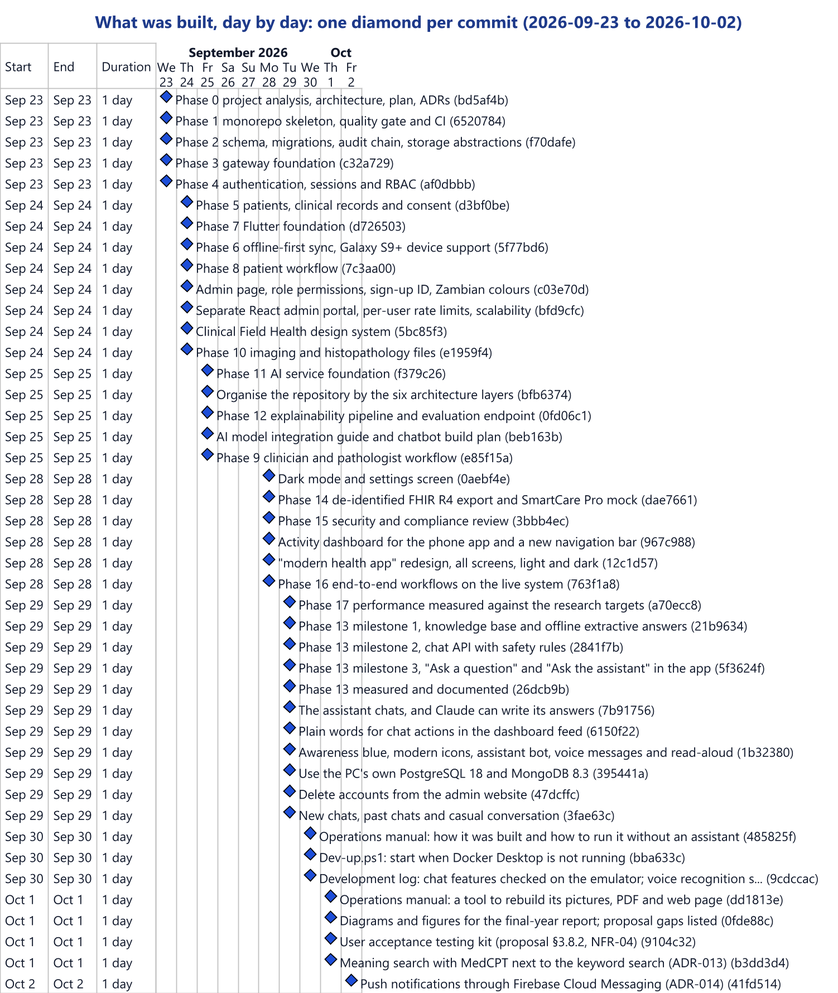
Earlier version of the PlantUML export docs/report/figures/gantt-actual.png (deedeestephen/final-year-project). Its source is kept beside it as docs/report/diagrams/generated/gantt-actual.puml.
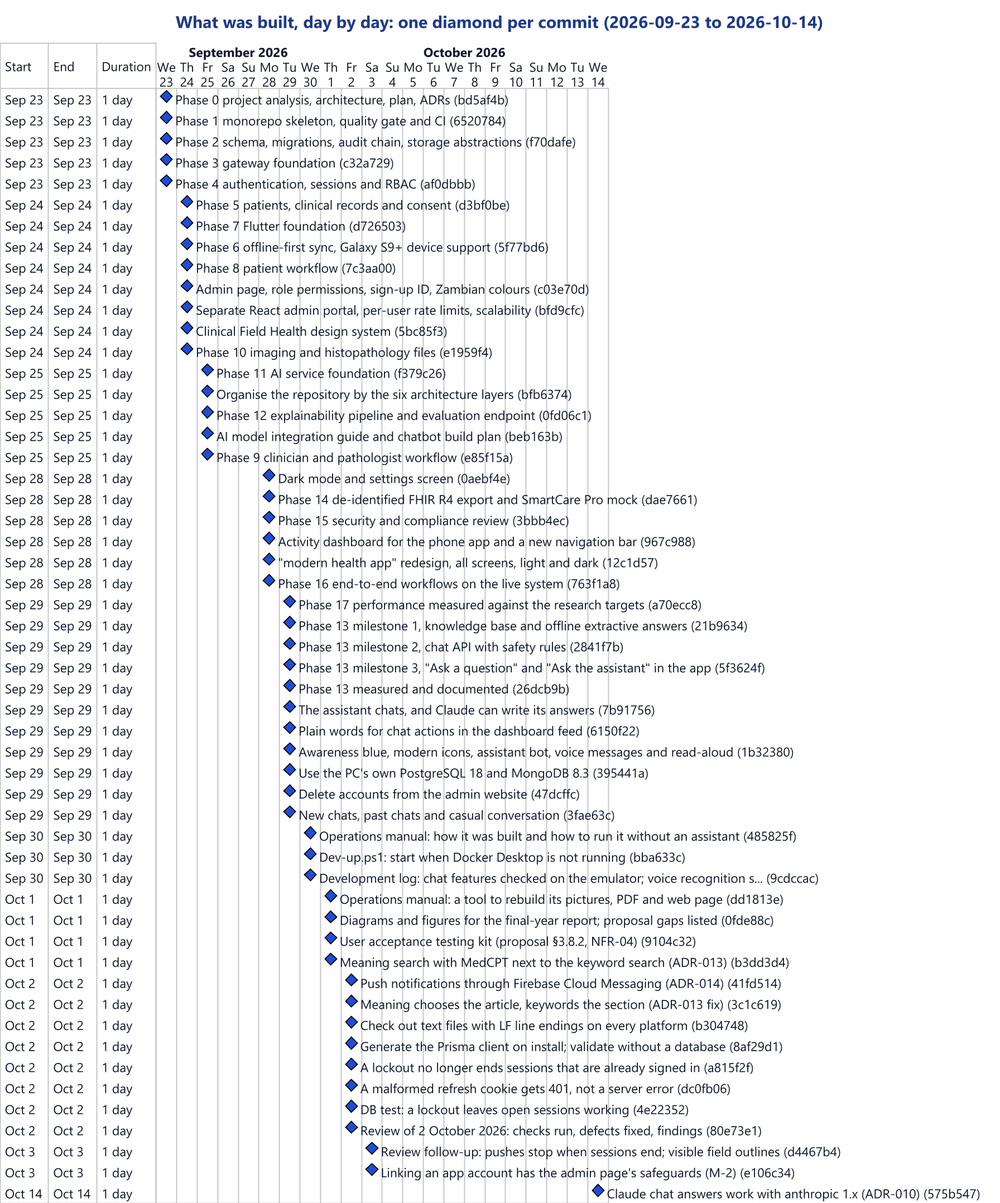
Above is the later version.

The edit, as a diff of the source:
```diff
@@ -5,7 +5,7 @@
   milestone { BackGroundColor #1d4ed8 }
 }
 </style>
-title What was built, day by day: one diamond per commit (2026-09-23 to 2026-10-02)
+title What was built, day by day: one diamond per commit (2026-09-23 to 2026-10-14)
 printscale daily
 Project starts 2026-09-23
 saturday are open
@@ -54,4 +54,14 @@
 [User acceptance testing kit (proposal §3.8.2, NFR-04) (9104c32)] happens 2026-10-01
 [Meaning search with MedCPT next to the keyword search (ADR-013) (b3dd3d4)] happens 2026-10-01
 [Push notifications through Firebase Cloud Messaging (ADR-014) (41fd514)] happens 2026-10-02
+[Meaning chooses the article, keywords the section (ADR-013 fix) (3c1c619)] happens 2026-10-02
+[Check out text files with LF line endings on every platform (b304748)] happens 2026-10-02
+[Generate the Prisma client on install; validate without a database (8af29d1)] happens 2026-10-02
+[A lockout no longer ends sessions that are already signed in (a815f2f)] happens 2026-10-02
+[A malformed refresh cookie gets 401, not a server error (dc0fb06)] happens 2026-10-02
+[DB test: a lockout leaves open sessions working (4e22352)] happens 2026-10-02
+[Review of 2 October 2026: checks run, defects fixed, findings (80e73e1)] happens 2026-10-02
+[Review follow-up: pushes stop when sessions end; visible field outlines (d4467b4)] happens 2026-10-03
+[Linking an app account has the admin page's safeguards (M-2) (e106c34)] happens 2026-10-03
+[Claude chat answers work with anthropic 1.x (ADR-010) (575b547)] happens 2026-10-14
 @endgantt
```
